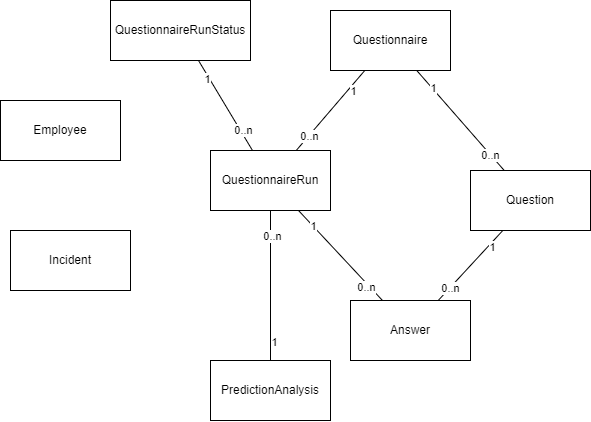
Before: docs/DiagramEntityRelationship.drawio.png, a diagram exported from draw.io (Creebos/Mindwatch). Source tidied: cells renumbered, new cells last; positions are measured from the earlier drawing's top-left corner, leaving out a move shared by most shapes.
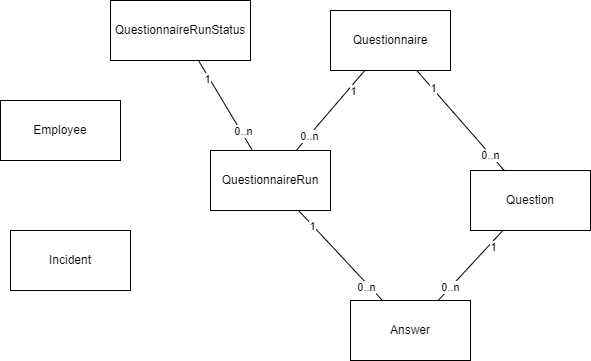
Above is the later version.

Commit message:
delete unused table

Diff of the diagram source:
```diff
@@ -71,18 +71,6 @@
     <mxCell id="22" value="QuestionnaireRunStatus" style="rounded=0;whiteSpace=wrap;html=1;" parent="1" vertex="1">
       <mxGeometry x="110" width="140" height="60" as="geometry" />
     </mxCell>
-    <mxCell id="23" style="edgeStyle=none;html=1;endArrow=none;endFill=0;" parent="1" edge="1" source="26" target="21">
-      <mxGeometry relative="1" as="geometry" />
-    </mxCell>
-    <mxCell id="24" value="1" style="edgeLabel;html=1;align=center;verticalAlign=middle;" parent="23" vertex="1">
-      <mxGeometry x="-0.74" y="-3" relative="1" as="geometry" />
-    </mxCell>
-    <mxCell id="25" value="0..n" style="edgeLabel;html=1;align=center;verticalAlign=middle;" parent="23" vertex="1">
-      <mxGeometry x="0.67" y="-1" relative="1" as="geometry" />
-    </mxCell>
-    <mxCell id="26" value="PredictionAnalysis" style="rounded=0;whiteSpace=wrap;html=1;" parent="1" vertex="1">
-      <mxGeometry x="210" y="360" width="120" height="60" as="geometry" />
-    </mxCell>
     <mxCell id="27" value="Incident" style="rounded=0;whiteSpace=wrap;html=1;" parent="1" vertex="1">
       <mxGeometry x="10" y="230" width="120" height="60" as="geometry" />
     </mxCell>
```
